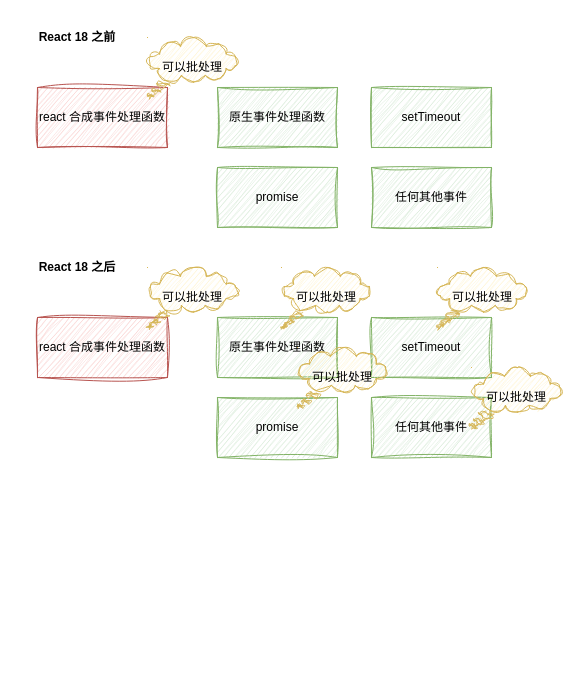
Earlier version of the draw.io diagram 未命名绘图.drawio (paopao111/ImagesForTechnicalSharing). Source tidied: cells renumbered, new cells numbered last; positions are measured from the earlier drawing's top-left corner, leaving out a move shared by most shapes. Both pictures are drawn from the tidied source at 100%, with x=0, y=0 at pixel (17, 17).
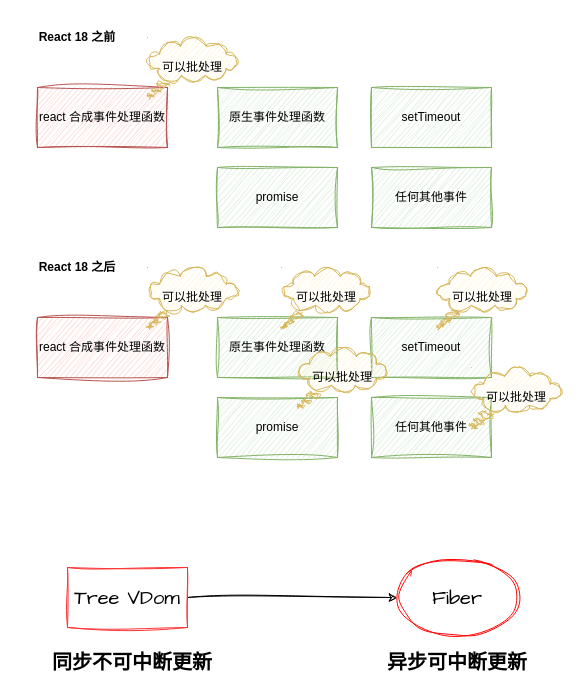
The same page after the edit.

Commit message:
更新未命名绘图.drawio

What changed in the source:
```diff
@@
+    <mxCell id="20" style="edgeStyle=orthogonalEdgeStyle;sketch=1;hachureGap=4;jiggle=2;curveFitting=1;jettySize=auto;html=1;fontFamily=Architects Daughter;fontSize=16;" parent="1" edge="1" source="21" target="22">
+      <mxGeometry relative="1" as="geometry" />
+    </mxCell>
+    <mxCell id="21" value="Tree VDom" style="rounded=0;whiteSpace=wrap;html=1;sketch=1;hachureGap=4;jiggle=2;curveFitting=1;fontFamily=Architects Daughter;fontSize=20;strokeColor=#FF3333;" parent="1" vertex="1">
+      <mxGeometry x="50" y="550" width="120" height="60" as="geometry" />
+    </mxCell>
+    <mxCell id="22" value="Fiber" style="ellipse;whiteSpace=wrap;html=1;sketch=1;hachureGap=4;jiggle=2;curveFitting=1;fontFamily=Architects Daughter;fontSize=20;strokeColor=#FF0000;" parent="1" vertex="1">
+      <mxGeometry x="380" y="540" width="120" height="80" as="geometry" />
+    </mxCell>
+    <mxCell id="23" value="&lt;b&gt;同步不可中断更新&lt;/b&gt;" style="text;html=1;strokeColor=none;fillColor=none;align=center;verticalAlign=middle;whiteSpace=wrap;rounded=0;fontSize=20;fontFamily=Architects Daughter;" parent="1" vertex="1">
+      <mxGeometry x="10" y="630" width="210" height="30" as="geometry" />
+    </mxCell>
+    <mxCell id="24" value="&lt;b&gt;异步可中断更新&lt;/b&gt;" style="text;html=1;strokeColor=none;fillColor=none;align=center;verticalAlign=middle;whiteSpace=wrap;rounded=0;fontSize=20;fontFamily=Architects Daughter;" parent="1" vertex="1">
+      <mxGeometry x="335" y="630" width="210" height="30" as="geometry" />
+    </mxCell>
```
